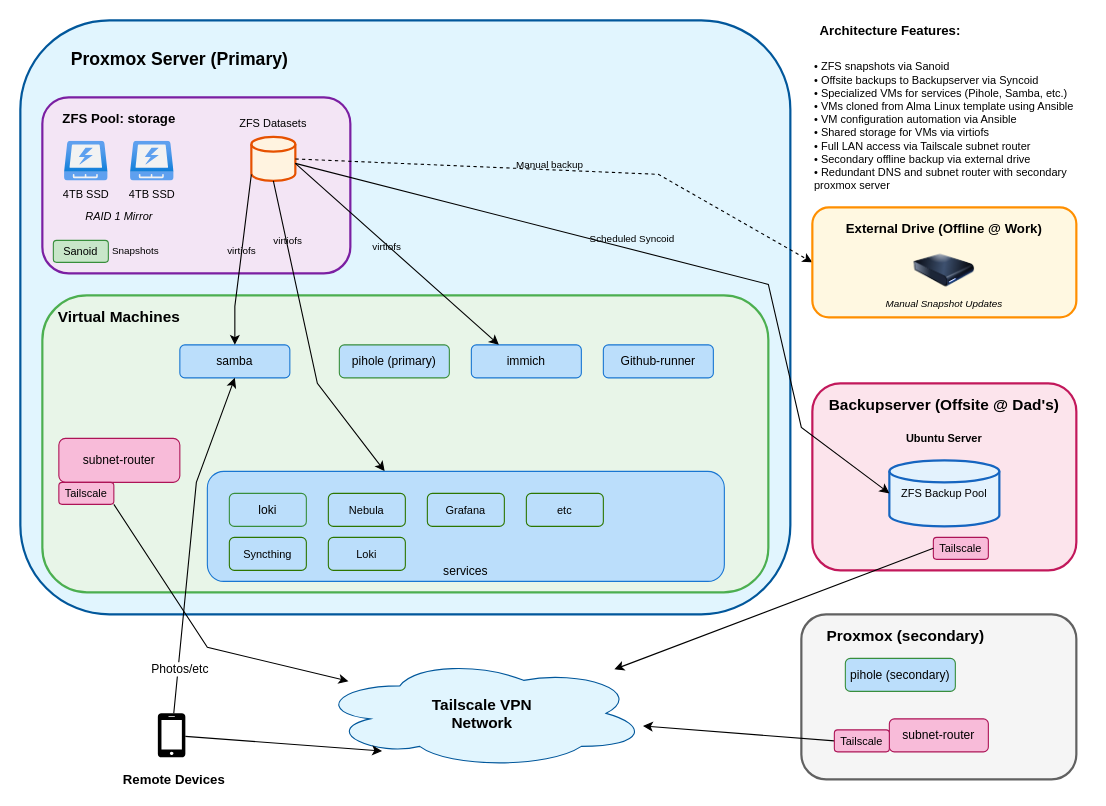
Before: server-architecture.drawio in HakonSkogsrud/serversetup, a draw.io diagram. Source tidied: cells renumbered, new cells numbered last; positions are measured from the earlier drawing's top-left corner, leaving out a move shared by most shapes. Both pictures are drawn from the tidied source at 110%, with x=0, y=0 at pixel (20, 20).
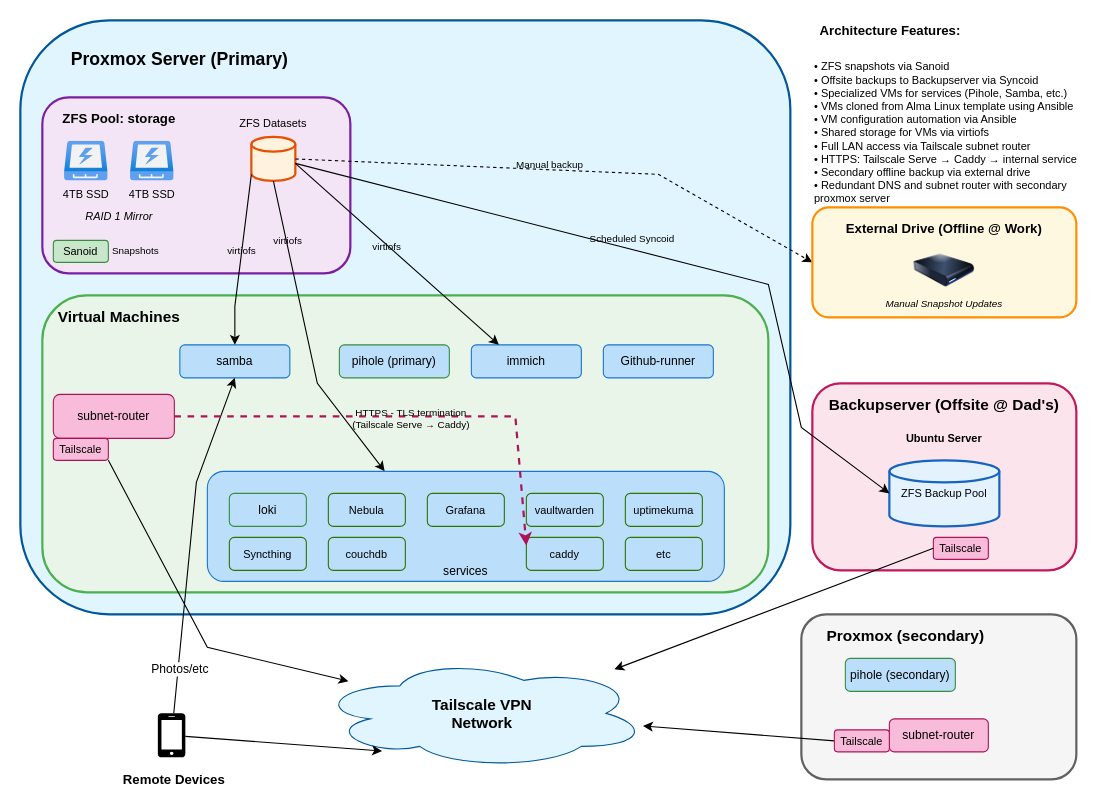
The same page after the edit.

Commit message (it also covers changes not shown here):
docs: document Caddy reverse proxy and HTTPS access flow

The change refers to these unchanged cells:
```xml
<mxCell id="40" style="group;" parent="1" vertex="1">
  <mxGeometry x="170" y="430" width="470" height="80" as="geometry" />
</mxCell>
<mxCell id="53" style="group;" parent="1" vertex="1">
  <mxGeometry x="720" width="250" height="170" as="geometry" />
</mxCell>
```

What changed in the source:
```diff
@@
     <mxCell id="24" value="subnet-router" style="rounded=1;whiteSpace=wrap;html=1;fillColor=#f8bbd9;strokeColor=#ad1457;fontSize=11;fontColor=#000000;" parent="1" vertex="1">
-      <mxGeometry x="35" y="380" width="110" height="40" as="geometry" />
+      <mxGeometry x="30" y="340" width="110" height="40" as="geometry" />
     </mxCell>
@@
     <mxCell id="39" value="Tailscale" style="rounded=1;whiteSpace=wrap;html=1;fillColor=#f8bbd9;strokeColor=#ad1457;fontSize=10;" parent="1" vertex="1">
-      <mxGeometry x="35" y="420" width="50" height="20" as="geometry" />
+      <mxGeometry x="30" y="380" width="50" height="20" as="geometry" />
     </mxCell>
@@
-    <mxCell id="45" value="Loki" style="rounded=1;whiteSpace=wrap;html=1;fillColor=none;strokeColor=#2d7600;fontSize=10;fontColor=#000000;" parent="40" vertex="1">
+    <mxCell id="45" value="couchdb" style="rounded=1;whiteSpace=wrap;html=1;fillColor=none;strokeColor=#2d7600;fontSize=10;fontColor=#000000;" parent="40" vertex="1">
       <mxGeometry x="110" y="40" width="70" height="30" as="geometry" />
     </mxCell>
@@
     <mxCell id="47" value="etc" style="rounded=1;whiteSpace=wrap;html=1;fillColor=none;strokeColor=#2d7600;fontSize=10;fontColor=#000000;" parent="40" vertex="1">
-      <mxGeometry x="290" width="70" height="30" as="geometry" />
+      <mxGeometry x="380" y="40" width="70" height="30" as="geometry" />
     </mxCell>
+    <mxCell id="71" value="caddy" style="rounded=1;whiteSpace=wrap;html=1;fillColor=none;strokeColor=#2d7600;fontSize=10;fontColor=#000000;" parent="40" vertex="1">
+      <mxGeometry x="290" y="40" width="70" height="30" as="geometry" />
+    </mxCell>
+    <mxCell id="72" value="vaultwarden" style="rounded=1;whiteSpace=wrap;html=1;fillColor=none;strokeColor=#2d7600;fontSize=10;fontColor=#000000;" parent="40" vertex="1">
+      <mxGeometry x="290" width="70" height="30" as="geometry" />
+    </mxCell>
+    <mxCell id="73" value="uptimekuma" style="rounded=1;whiteSpace=wrap;html=1;fillColor=none;strokeColor=#2d7600;fontSize=10;fontColor=#000000;" parent="40" vertex="1">
+      <mxGeometry x="380" width="70" height="30" as="geometry" />
+    </mxCell>
+    <mxCell id="74" style="endArrow=classic;html=1;rounded=0;dashed=1;strokeColor=#ad1457;strokeWidth=2;exitX=1;exitY=0.5;exitDx=0;exitDy=0;entryX=0;entryY=0.25;entryDx=0;entryDy=0;" parent="1" edge="1" source="24" target="71">
+      <mxGeometry relative="1" as="geometry">
+        <Array as="points">
+          <mxPoint x="420" y="360" />
+          <mxPoint x="450" y="360" />
+        </Array>
+      </mxGeometry>
+    </mxCell>
+    <mxCell id="75" value="HTTPS - TLS termination&lt;br&gt;(Tailscale Serve → Caddy)" style="edgeLabel;html=1;align=center;verticalAlign=middle;fontSize=9;fontColor=#000000;labelBackgroundColor=none;" parent="74" vertex="1">
+      <mxGeometry y="-1" relative="1" as="geometry" />
+    </mxCell>
@@
-    <mxCell id="55" value="• ZFS snapshots via Sanoid&lt;br&gt;• Offsite backups to Backupserver via Syncoid&lt;br&gt;• Specialized VMs for services (Pihole, Samba, etc.)&lt;br&gt;• VMs cloned from Alma Linux template using Ansible&lt;br&gt;• VM configuration automation via Ansible&lt;br&gt;• Shared storage for VMs via virtiofs&lt;br&gt;• Full LAN access via Tailscale subnet router&lt;br&gt;• Secondary offline backup via external drive&lt;br&gt;• Redundant DNS and subnet router with secondary proxmox server" style="text;html=1;strokeColor=none;fillColor=none;align=left;verticalAlign=top;whiteSpace=wrap;rounded=0;fontSize=10;fontColor=#000000;" parent="53" vertex="1">
+    <mxCell id="55" value="• ZFS snapshots via Sanoid&lt;br&gt;• Offsite backups to Backupserver via Syncoid&lt;br&gt;• Specialized VMs for services (Pihole, Samba, etc.)&lt;br&gt;• VMs cloned from Alma Linux template using Ansible&lt;br&gt;• VM configuration automation via Ansible&lt;br&gt;• Shared storage for VMs via virtiofs&lt;br&gt;• Full LAN access via Tailscale subnet router&lt;br&gt;• HTTPS: Tailscale Serve → Caddy → internal service&lt;br&gt;• Secondary offline backup via external drive&lt;br&gt;• Redundant DNS and subnet router with secondary proxmox server" style="text;html=1;strokeColor=none;fillColor=none;align=left;verticalAlign=top;whiteSpace=wrap;rounded=0;fontSize=10;fontColor=#000000;" parent="53" vertex="1">
       <mxGeometry y="30" width="250" height="140" as="geometry" />
     </mxCell>
```
